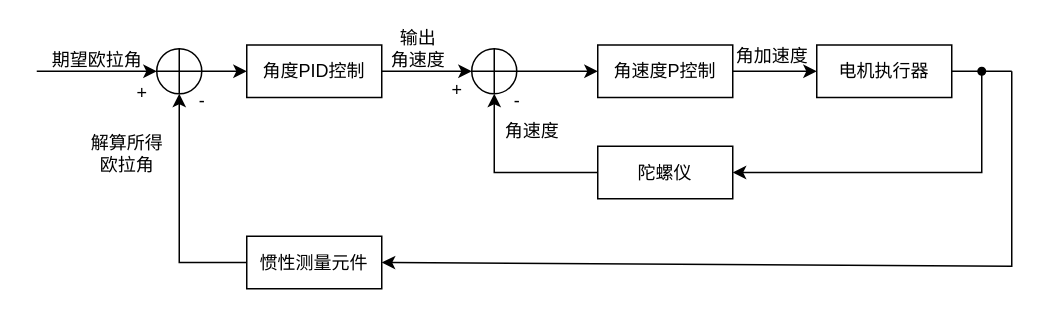
Before: Untitled Diagram6.drawio in Thomas-Pynchon/Thomas-Pynchon.github.io, a draw.io diagram. Source tidied: cells renumbered, new cells numbered last; positions are measured from the earlier drawing's top-left corner, leaving out a move shared by most shapes. Both pictures are drawn from the tidied source at 150%, with x=0, y=0 at pixel (36, 26).
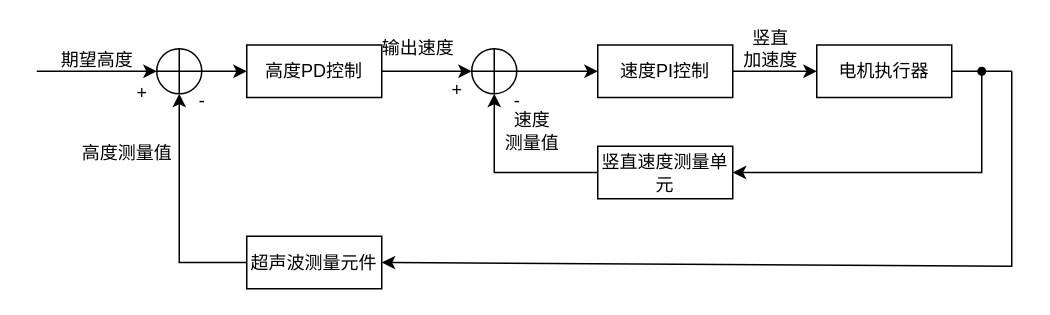
After the change.

What changed in the source:
```diff
@@
-    <mxCell id="6" value="角度PID控制" style="rounded=0;whiteSpace=wrap;html=1;" parent="1" vertex="1">
+    <mxCell id="6" value="高度PD控制" style="rounded=0;whiteSpace=wrap;html=1;" parent="1" vertex="1">
       <mxGeometry x="140" y="12.5" width="90" height="35" as="geometry" />
     </mxCell>
@@
-    <mxCell id="8" value="期望欧拉角" style="text;html=1;align=center;verticalAlign=middle;strokeColor=none;fillColor=none;" parent="1" vertex="1">
-      <mxGeometry y="12.5" width="80" height="20" as="geometry" />
+    <mxCell id="8" value="期望高度" style="text;html=1;align=center;verticalAlign=middle;strokeColor=none;fillColor=none;" parent="1" vertex="1">
+      <mxGeometry x="10" y="12.5" width="60" height="20" as="geometry" />
     </mxCell>
@@
-    <mxCell id="11" value="输出&lt;br&gt;角速度" style="text;html=1;align=center;verticalAlign=middle;strokeColor=none;fillColor=none;" parent="1" vertex="1">
-      <mxGeometry x="229" width="50" height="30" as="geometry" />
+    <mxCell id="11" value="输出速度" style="text;html=1;align=center;verticalAlign=middle;strokeColor=none;fillColor=none;" parent="1" vertex="1">
+      <mxGeometry x="224" y="5" width="60" height="20" as="geometry" />
     </mxCell>
@@
-    <mxCell id="14" value="角速度P控制" style="rounded=0;whiteSpace=wrap;html=1;" parent="1" vertex="1">
+    <mxCell id="14" value="速度PI控制" style="rounded=0;whiteSpace=wrap;html=1;" parent="1" vertex="1">
       <mxGeometry x="374" y="12.5" width="90" height="35" as="geometry" />
     </mxCell>
@@
-    <mxCell id="16" value="角加速度" style="text;html=1;align=center;verticalAlign=middle;strokeColor=none;fillColor=none;" parent="1" vertex="1">
-      <mxGeometry x="460" y="10" width="60" height="20" as="geometry" />
+    <mxCell id="16" value="竖直&lt;br&gt;加速度" style="text;html=1;align=center;verticalAlign=middle;strokeColor=none;fillColor=none;" parent="1" vertex="1">
+      <mxGeometry x="464" width="50" height="30" as="geometry" />
     </mxCell>
@@
-    <mxCell id="23" value="陀螺仪" style="rounded=0;whiteSpace=wrap;html=1;" parent="1" vertex="1">
+    <mxCell id="23" value="竖直速度测量单元" style="rounded=0;whiteSpace=wrap;html=1;" parent="1" vertex="1">
       <mxGeometry x="374" y="80" width="90" height="35" as="geometry" />
     </mxCell>
@@
-    <mxCell id="26" value="惯性测量元件" style="rounded=0;whiteSpace=wrap;html=1;" parent="1" vertex="1">
+    <mxCell id="26" value="超声波测量元件" style="rounded=0;whiteSpace=wrap;html=1;" parent="1" vertex="1">
       <mxGeometry x="140" y="140" width="90" height="35" as="geometry" />
     </mxCell>
-    <mxCell id="27" value="角速度" style="text;html=1;align=center;verticalAlign=middle;strokeColor=none;fillColor=none;" parent="1" vertex="1">
-      <mxGeometry x="305" y="60" width="50" height="20" as="geometry" />
+    <mxCell id="27" value="速度&lt;br&gt;测量值" style="text;html=1;align=center;verticalAlign=middle;strokeColor=none;fillColor=none;" parent="1" vertex="1">
+      <mxGeometry x="305" y="55" width="50" height="30" as="geometry" />
     </mxCell>
@@
-    <mxCell id="29" value="解算所得&lt;br&gt;欧拉角" style="text;html=1;align=center;verticalAlign=middle;strokeColor=none;fillColor=none;" parent="1" vertex="1">
-      <mxGeometry x="30" y="70" width="60" height="30" as="geometry" />
+    <mxCell id="29" value="高度测量值" style="text;html=1;align=center;verticalAlign=middle;strokeColor=none;fillColor=none;" parent="1" vertex="1">
+      <mxGeometry x="20" y="75" width="80" height="20" as="geometry" />
     </mxCell>
```
